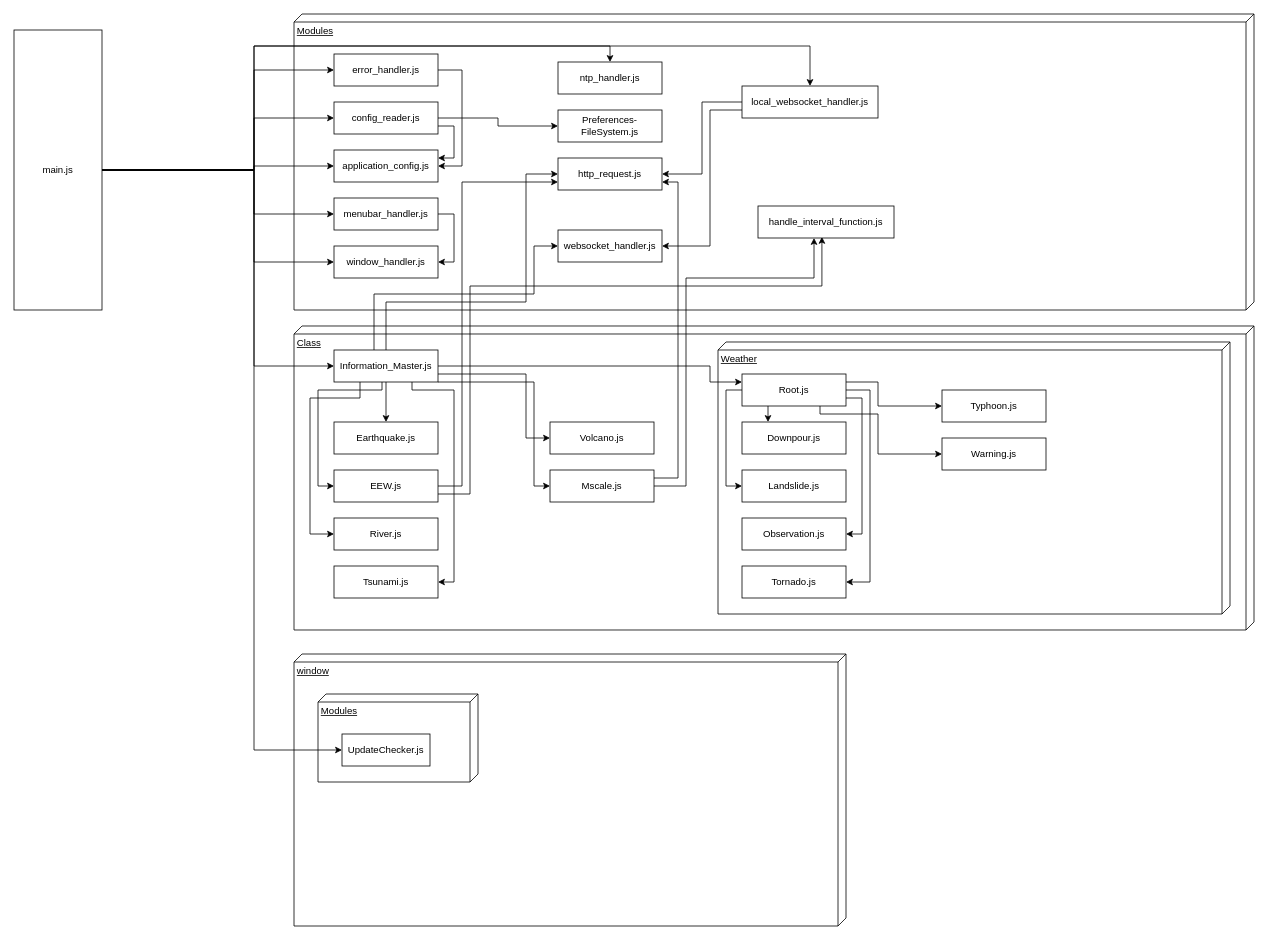
md-ndv356/ndv-ticker-app keeps this draw.io diagram as 依存関係.drawio. Above is the earlier version. Source tidied: cells renumbered, new cells numbered last; positions are measured from the earlier drawing's top-left corner, leaving out a move shared by most shapes. Both pictures are drawn from the tidied source at 80%, with x=0, y=0 at pixel (14, 14).
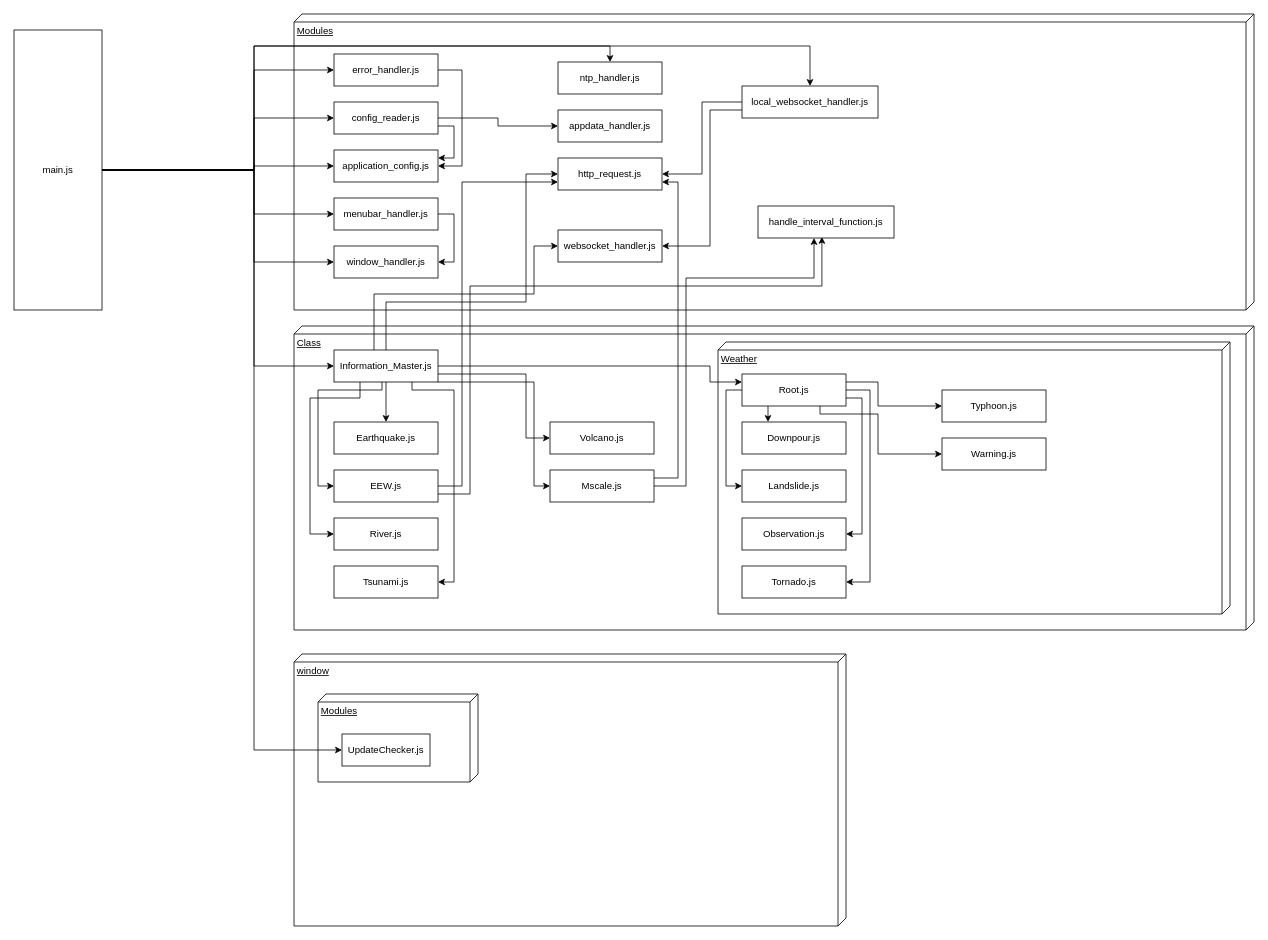
After the change.

Commit message:
依存関係.drawio を更新します

What changed in the source:
```diff
@@
-    <mxCell id="38" value="Preferences-FileSystem.js" style="html=1;whiteSpace=wrap;" parent="1" vertex="1">
+    <mxCell id="38" value="appdata_handler.js" style="html=1;whiteSpace=wrap;" parent="1" vertex="1">
       <mxGeometry x="680" y="120" width="130" height="40" as="geometry" />
     </mxCell>
```
